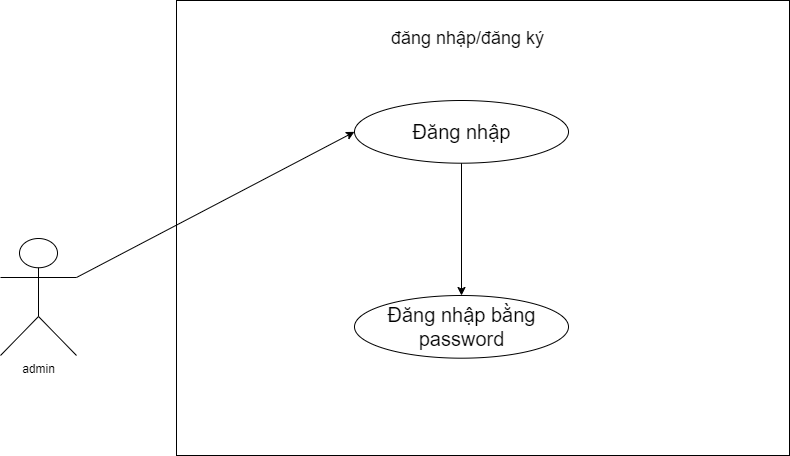
Before: 6.drawio.png, a diagram exported from draw.io (dungvu242k3/JAVA). Source tidied: cells renumbered, new cells last; positions are measured from the earlier drawing's top-left corner, leaving out a move shared by most shapes. Its diagram source:
```xml
<mxGraphModel>
  <root>
    <mxCell id="0" />
    <mxCell id="1" parent="0" />
    <mxCell id="2" value="admin" style="shape=umlActor;verticalLabelPosition=bottom;verticalAlign=top;html=1;outlineConnect=0;" parent="1" vertex="1">
      <mxGeometry y="238" width="76" height="117" as="geometry" />
    </mxCell>
    <mxCell id="3" style="group;" parent="1" vertex="1">
      <mxGeometry x="176" width="613" height="455" as="geometry" />
    </mxCell>
    <mxCell id="4" style="rounded=0;whiteSpace=wrap;html=1;align=center;" parent="3" vertex="1">
      <mxGeometry width="613" height="455" as="geometry" />
    </mxCell>
    <mxCell id="5" value="&lt;span style=&quot;font-size: 18px;&quot;&gt;đăng nhập/đăng ký&lt;/span&gt;" style="text;html=1;align=center;verticalAlign=middle;whiteSpace=wrap;rounded=0;" parent="3" vertex="1">
      <mxGeometry x="174.5" y="23.2" width="233" height="30.6" as="geometry" />
    </mxCell>
    <mxCell id="6" style="group;" parent="3" vertex="1">
      <mxGeometry x="178" y="100" width="214" height="62.7" as="geometry" />
    </mxCell>
    <mxCell id="7" style="ellipse;whiteSpace=wrap;html=1;" parent="6" vertex="1">
      <mxGeometry width="214" height="62.7" as="geometry" />
    </mxCell>
    <mxCell id="8" value="&lt;span style=&quot;font-size: 20px;&quot;&gt;Đăng nhập&lt;/span&gt;" style="text;html=1;align=center;verticalAlign=middle;whiteSpace=wrap;rounded=0;" parent="6" vertex="1">
      <mxGeometry x="11.5" y="10.8" width="191" height="41.1" as="geometry" />
    </mxCell>
    <mxCell id="9" style="group;" parent="3" vertex="1">
      <mxGeometry x="178" y="295" width="214" height="62.7" as="geometry" />
    </mxCell>
    <mxCell id="10" style="ellipse;whiteSpace=wrap;html=1;" parent="9" vertex="1">
      <mxGeometry width="214" height="62.7" as="geometry" />
    </mxCell>
    <mxCell id="11" value="&lt;span style=&quot;font-size: 20px;&quot;&gt;Đăng nhập bằng password&lt;/span&gt;" style="text;html=1;align=center;verticalAlign=middle;whiteSpace=wrap;rounded=0;" parent="9" vertex="1">
      <mxGeometry x="11.5" y="10.8" width="191" height="41.1" as="geometry" />
    </mxCell>
    <mxCell id="12" style="edgeStyle=orthogonalEdgeStyle;rounded=0;jettySize=auto;html=1;entryX=0.5;entryY=0;entryDx=0;entryDy=0;" parent="3" edge="1" source="7" target="10">
      <mxGeometry relative="1" as="geometry" />
    </mxCell>
    <mxCell id="13" style="endArrow=classic;html=1;rounded=0;exitX=1;exitY=0.3333333333333333;exitDx=0;exitDy=0;exitPerimeter=0;entryX=0;entryY=0.5;entryDx=0;entryDy=0;" parent="1" edge="1" source="2" target="7">
      <mxGeometry relative="1" as="geometry" />
    </mxCell>
  </root>
</mxGraphModel>
```
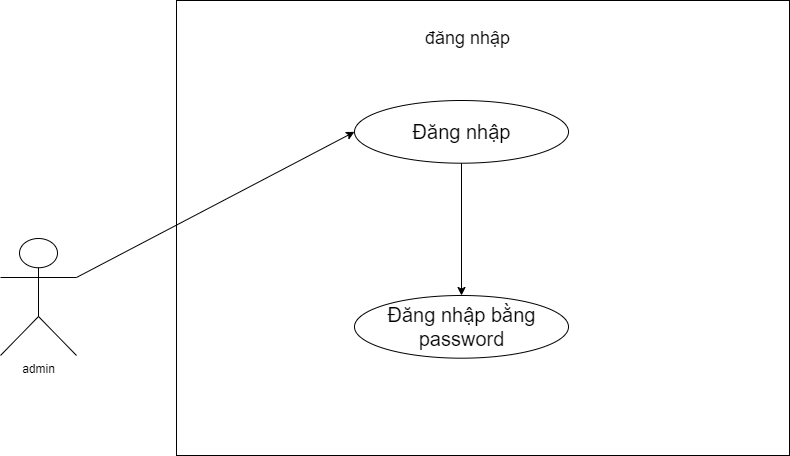
Above is the later version.

Commit message:
Cập nhật 6.drawio.png

The edit, as a diff of the source:
```diff
@@ -11,7 +11,7 @@
     <mxCell id="4" style="rounded=0;whiteSpace=wrap;html=1;align=center;" parent="3" vertex="1">
       <mxGeometry width="613" height="455" as="geometry" />
     </mxCell>
-    <mxCell id="5" value="&lt;span style=&quot;font-size: 18px;&quot;&gt;đăng nhập/đăng ký&lt;/span&gt;" style="text;html=1;align=center;verticalAlign=middle;whiteSpace=wrap;rounded=0;" parent="3" vertex="1">
+    <mxCell id="5" value="&lt;span style=&quot;font-size: 18px;&quot;&gt;đăng nhập&lt;/span&gt;" style="text;html=1;align=center;verticalAlign=middle;whiteSpace=wrap;rounded=0;" parent="3" vertex="1">
       <mxGeometry x="174.5" y="23.2" width="233" height="30.6" as="geometry" />
     </mxCell>
     <mxCell id="6" style="group;" parent="3" vertex="1">
```
